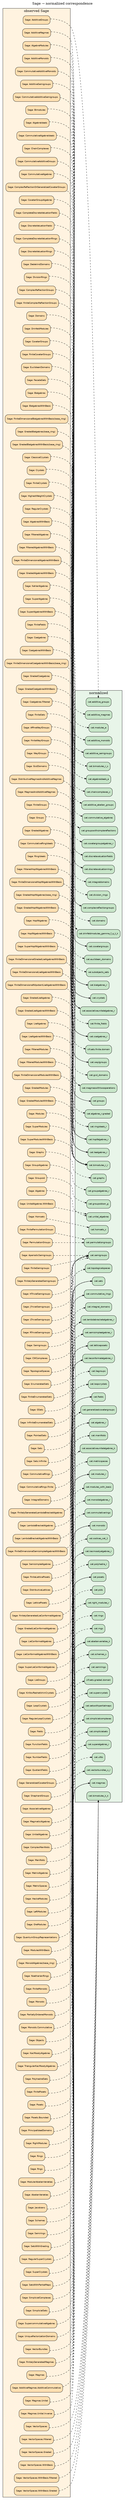
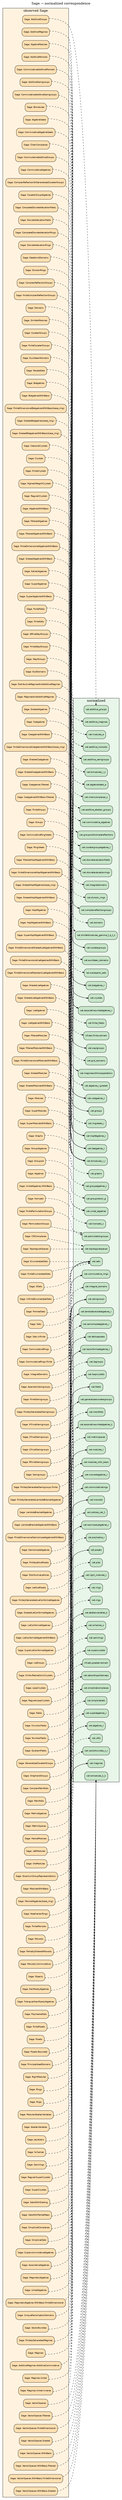
// GENERATED from observed + mapping + normalized ids
digraph SageToNormalized {
  graph [rankdir=LR, labelloc=t, label="Sage → normalized correspondence"];
  node [shape=box, style="rounded,filled", fontname="Helvetica", fontsize=9];
  edge [arrowsize=0.65];

  subgraph cluster_sage {
    label="observed Sage";
    style=filled; fillcolor="#fff3e0";
    "sage.category.additive_groups_additivegroups" [label="Sage: AdditiveGroups", kind="sage_category", fillcolor="#ffe0b2"];
    "sage.category.additive_magmas_additivemagmas" [label="Sage: AdditiveMagmas", kind="sage_category", fillcolor="#ffe0b2"];
    "sage.category.additive_monoids_additivemonoids" [label="Sage: AdditiveMonoids", kind="sage_category", fillcolor="#ffe0b2"];
    "sage.category.additive_semigroups_additivesemigroups" [label="Sage: AdditiveSemigroups", kind="sage_category", fillcolor="#ffe0b2"];
    "sage.category.affine_weyl_groups_affineweylgroups" [label="Sage: AffineWeylGroups", kind="sage_category", fillcolor="#ffe0b2"];
    "sage.category.algebra_ideals_algebraideals" [label="Sage: AlgebraIdeals", kind="sage_category", fillcolor="#ffe0b2"];
    "sage.category.algebra_modules_algebramodules" [label="Sage: AlgebraModules", kind="sage_category", fillcolor="#ffe0b2"];
    "sage.category.algebras_algebras" [label="Sage: Algebras", kind="sage_category", fillcolor="#ffe0b2"];
    "sage.category.algebras_with_basis_algebraswithbasis" [label="Sage: AlgebrasWithBasis", kind="sage_category", fillcolor="#ffe0b2"];
    "sage.category.aperiodic_semigroups_aperiodicsemigroups" [label="Sage: AperiodicSemigroups", kind="sage_category", fillcolor="#ffe0b2"];
    "sage.category.associative_algebras_associativealgebras" [label="Sage: AssociativeAlgebras", kind="sage_category", fillcolor="#ffe0b2"];
    "sage.category.bialgebras_bialgebras" [label="Sage: Bialgebras", kind="sage_category", fillcolor="#ffe0b2"];
    "sage.category.bialgebras_with_basis_bialgebraswithbasis" [label="Sage: BialgebrasWithBasis", kind="sage_category", fillcolor="#ffe0b2"];
    "sage.category.bimodules_bimodules" [label="Sage: Bimodules", kind="sage_category", fillcolor="#ffe0b2"];
    "sage.category.chain_complexes_chaincomplexes" [label="Sage: ChainComplexes", kind="sage_category", fillcolor="#ffe0b2"];
    "sage.category.classical_crystals_classicalcrystals" [label="Sage: ClassicalCrystals", kind="sage_category", fillcolor="#ffe0b2"];
    "sage.category.coalgebras_coalgebras" [label="Sage: Coalgebras", kind="sage_category", fillcolor="#ffe0b2"];
    "sage.category.coalgebras_with_basis_coalgebraswithbasis" [label="Sage: CoalgebrasWithBasis", kind="sage_category", fillcolor="#ffe0b2"];
    "sage.category.commutative_additive_groups_commutativeadditivegroups" [label="Sage: CommutativeAdditiveGroups", kind="sage_category", fillcolor="#ffe0b2"];
    "sage.category.commutative_additive_monoids_commutativeadditivemonoids" [label="Sage: CommutativeAdditiveMonoids", kind="sage_category", fillcolor="#ffe0b2"];
    "sage.category.commutative_additive_semigroups_commutativeadditivesemigroups" [label="Sage: CommutativeAdditiveSemigroups", kind="sage_category", fillcolor="#ffe0b2"];
    "sage.category.commutative_algebra_ideals_commutativealgebraideals" [label="Sage: CommutativeAlgebraIdeals", kind="sage_category", fillcolor="#ffe0b2"];
    "sage.category.commutative_algebras_commutativealgebras" [label="Sage: CommutativeAlgebras", kind="sage_category", fillcolor="#ffe0b2"];
    "sage.category.commutative_ring_ideals_commutativeringideals" [label="Sage: CommutativeRingIdeals", kind="sage_category", fillcolor="#ffe0b2"];
    "sage.category.commutative_rings_commutativerings" [label="Sage: CommutativeRings", kind="sage_category", fillcolor="#ffe0b2"];
    "sage.category.complete_discrete_valuation_completediscretevaluationfields" [label="Sage: CompleteDiscreteValuationFields", kind="sage_category", fillcolor="#ffe0b2"];
    "sage.category.complete_discrete_valuation_completediscretevaluationrings" [label="Sage: CompleteDiscreteValuationRings", kind="sage_category", fillcolor="#ffe0b2"];
    "sage.category.complex_reflection_groups_complexreflectiongroups" [label="Sage: ComplexReflectionGroups", kind="sage_category", fillcolor="#ffe0b2"];
    "sage.category.complex_reflection_or_generalized_coxeter_groups_complexreflectionorgeneralizedcoxetergroups" [label="Sage: ComplexReflectionOrGeneralizedCoxeterGroups", kind="sage_category", fillcolor="#ffe0b2"];
    "sage.category.coxeter_group_algebras_coxetergroupalgebras" [label="Sage: CoxeterGroupAlgebras", kind="sage_category", fillcolor="#ffe0b2"];
    "sage.category.coxeter_groups_coxetergroups" [label="Sage: CoxeterGroups", kind="sage_category", fillcolor="#ffe0b2"];
    "sage.category.crystals_crystals" [label="Sage: Crystals", kind="sage_category", fillcolor="#ffe0b2"];
    "sage.category.cw_complexes_cwcomplexes" [label="Sage: CWComplexes", kind="sage_category", fillcolor="#ffe0b2"];
    "sage.category.dedekind_domains_dedekinddomains" [label="Sage: DedekindDomains", kind="sage_category", fillcolor="#ffe0b2"];
    "sage.category.discrete_valuation_discretevaluationfields" [label="Sage: DiscreteValuationFields", kind="sage_category", fillcolor="#ffe0b2"];
    "sage.category.discrete_valuation_discretevaluationrings" [label="Sage: DiscreteValuationRings", kind="sage_category", fillcolor="#ffe0b2"];
    "sage.category.distributive_magmas_and_additive_magmas_distributivemagmasandadditivemagmas" [label="Sage: DistributiveMagmasAndAdditiveMagmas", kind="sage_category", fillcolor="#ffe0b2"];
    "sage.category.division_rings_divisionrings" [label="Sage: DivisionRings", kind="sage_category", fillcolor="#ffe0b2"];
    "sage.category.domains_domains" [label="Sage: Domains", kind="sage_category", fillcolor="#ffe0b2"];
    "sage.category.drinfeld_modules_drinfeldmodules" [label="Sage: DrinfeldModules", kind="sage_category", fillcolor="#ffe0b2"];
    "sage.category.enumerated_sets_enumeratedsets" [label="Sage: EnumeratedSets", kind="sage_category", fillcolor="#ffe0b2"];
    "sage.category.euclidean_domains_euclideandomains" [label="Sage: EuclideanDomains", kind="sage_category", fillcolor="#ffe0b2"];
    "sage.category.facade_sets_facadesets" [label="Sage: FacadeSets", kind="sage_category", fillcolor="#ffe0b2"];
    "sage.category.fields_fields" [label="Sage: Fields", kind="sage_category", fillcolor="#ffe0b2"];
    "sage.category.filtered_algebras_filteredalgebras" [label="Sage: FilteredAlgebras", kind="sage_category", fillcolor="#ffe0b2"];
    "sage.category.filtered_algebras_with_basis_filteredalgebraswithbasis" [label="Sage: FilteredAlgebrasWithBasis", kind="sage_category", fillcolor="#ffe0b2"];
    "sage.category.filtered_hopf_algebras_with_basis_filteredhopfalgebraswithbasis" [label="Sage: FilteredHopfAlgebrasWithBasis", kind="sage_category", fillcolor="#ffe0b2"];
    "sage.category.filtered_modules_filteredmodules" [label="Sage: FilteredModules", kind="sage_category", fillcolor="#ffe0b2"];
    "sage.category.filtered_modules_with_basis_filteredmoduleswithbasis" [label="Sage: FilteredModulesWithBasis", kind="sage_category", fillcolor="#ffe0b2"];
    "sage.category.finite_complex_reflection_groups_finitecomplexreflectiongroups" [label="Sage: FiniteComplexReflectionGroups", kind="sage_category", fillcolor="#ffe0b2"];
    "sage.category.finite_coxeter_groups_finitecoxetergroups" [label="Sage: FiniteCoxeterGroups", kind="sage_category", fillcolor="#ffe0b2"];
    "sage.category.finite_crystals_finitecrystals" [label="Sage: FiniteCrystals", kind="sage_category", fillcolor="#ffe0b2"];
    "sage.category.finite_dimensional_algebras_with_basis_finitedimensionalalgebraswithbasis" [label="Sage: FiniteDimensionalAlgebrasWithBasis", kind="sage_category", fillcolor="#ffe0b2"];
    "sage.category.finite_dimensional_bialgebras_with_basis_finitedimensionalbialgebraswithbasis" [label="Sage: FiniteDimensionalBialgebrasWithBasis(base_ring)", kind="sage_category", fillcolor="#ffe0b2"];
    "sage.category.finite_dimensional_coalgebras_with_basis_finitedimensionalcoalgebraswithbasis" [label="Sage: FiniteDimensionalCoalgebrasWithBasis(base_ring)", kind="sage_category", fillcolor="#ffe0b2"];
    "sage.category.finite_dimensional_graded_lie_algebras_with_basis_finitedimensionalgradedliealgebraswithbasis" [label="Sage: FiniteDimensionalGradedLieAlgebrasWithBasis", kind="sage_category", fillcolor="#ffe0b2"];
    "sage.category.finite_dimensional_hopf_algebras_with_basis_finitedimensionalhopfalgebraswithbasis" [label="Sage: FiniteDimensionalHopfAlgebrasWithBasis", kind="sage_category", fillcolor="#ffe0b2"];
    "sage.category.finite_dimensional_lie_algebras_with_basis_finitedimensionalliealgebraswithbasis" [label="Sage: FiniteDimensionalLieAlgebrasWithBasis", kind="sage_category", fillcolor="#ffe0b2"];
    "sage.category.finite_dimensional_modules_with_basis_finitedimensionalmoduleswithbasis" [label="Sage: FiniteDimensionalModulesWithBasis", kind="sage_category", fillcolor="#ffe0b2"];
    "sage.category.finite_dimensional_nilpotent_lie_algebras_with_basis_finitedimensionalnilpotentliealgebraswithbasis" [label="Sage: FiniteDimensionalNilpotentLieAlgebrasWithBasis", kind="sage_category", fillcolor="#ffe0b2"];
    "sage.category.finite_dimensional_semisimple_algebras_with_basis_finitedimensionalsemisimplealgebraswithbasis" [label="Sage: FiniteDimensionalSemisimpleAlgebrasWithBasis", kind="sage_category", fillcolor="#ffe0b2"];
    "sage.category.finite_enumerated_sets_finiteenumeratedsets" [label="Sage: FiniteEnumeratedSets", kind="sage_category", fillcolor="#ffe0b2"];
    "sage.category.finite_fields_finitefields" [label="Sage: FiniteFields", kind="sage_category", fillcolor="#ffe0b2"];
    "sage.category.finite_groups_finitegroups" [label="Sage: FiniteGroups", kind="sage_category", fillcolor="#ffe0b2"];
    "sage.category.finite_lattice_posets_finitelatticeposets" [label="Sage: FiniteLatticePosets", kind="sage_category", fillcolor="#ffe0b2"];
    "sage.category.finite_monoids_finitemonoids" [label="Sage: FiniteMonoids", kind="sage_category", fillcolor="#ffe0b2"];
    "sage.category.finite_permutation_groups_finitepermutationgroups" [label="Sage: FinitePermutationGroups", kind="sage_category", fillcolor="#ffe0b2"];
    "sage.category.finite_posets_finiteposets" [label="Sage: FinitePosets", kind="sage_category", fillcolor="#ffe0b2"];
    "sage.category.finite_semigroups_finitesemigroups" [label="Sage: FiniteSemigroups", kind="sage_category", fillcolor="#ffe0b2"];
    "sage.category.finite_sets_finitesets" [label="Sage: FiniteSets", kind="sage_category", fillcolor="#ffe0b2"];
    "sage.category.finite_weyl_groups_finiteweylgroups" [label="Sage: FiniteWeylGroups", kind="sage_category", fillcolor="#ffe0b2"];
    "sage.category.finitely_generated_lambda_bracket_algebras_finitelygeneratedlambdabracketalgebras" [label="Sage: FinitelyGeneratedLambdaBracketAlgebras", kind="sage_category", fillcolor="#ffe0b2"];
    "sage.category.finitely_generated_lie_conformal_algebras_finitelygeneratedlieconformalalgebras" [label="Sage: FinitelyGeneratedLieConformalAlgebras", kind="sage_category", fillcolor="#ffe0b2"];
    "sage.category.finitely_generated_magmas_finitelygeneratedmagmas" [label="Sage: FinitelyGeneratedMagmas", kind="sage_category", fillcolor="#ffe0b2"];
    "sage.category.finitely_generated_semigroups_finitelygeneratedsemigroups" [label="Sage: FinitelyGeneratedSemigroups", kind="sage_category", fillcolor="#ffe0b2"];
    "sage.category.function_fields_functionfields" [label="Sage: FunctionFields", kind="sage_category", fillcolor="#ffe0b2"];
    "sage.category.g_sets_gsets" [label="Sage: GSets", kind="sage_category", fillcolor="#ffe0b2"];
    "sage.category.gcd_domains_gcddomains" [label="Sage: GcdDomains", kind="sage_category", fillcolor="#ffe0b2"];
    "sage.category.generalized_coxeter_groups_generalizedcoxetergroups" [label="Sage: GeneralizedCoxeterGroups", kind="sage_category", fillcolor="#ffe0b2"];
    "sage.category.graded_algebras_gradedalgebras" [label="Sage: GradedAlgebras", kind="sage_category", fillcolor="#ffe0b2"];
    "sage.category.graded_algebras_with_basis_gradedalgebraswithbasis" [label="Sage: GradedAlgebrasWithBasis", kind="sage_category", fillcolor="#ffe0b2"];
    "sage.category.graded_bialgebras_gradedbialgebras" [label="Sage: GradedBialgebras(base_ring)", kind="sage_category", fillcolor="#ffe0b2"];
    "sage.category.graded_bialgebras_with_basis_gradedbialgebraswithbasis" [label="Sage: GradedBialgebrasWithBasis(base_ring)", kind="sage_category", fillcolor="#ffe0b2"];
    "sage.category.graded_coalgebras_gradedcoalgebras" [label="Sage: GradedCoalgebras", kind="sage_category", fillcolor="#ffe0b2"];
    "sage.category.graded_coalgebras_with_basis_gradedcoalgebraswithbasis" [label="Sage: GradedCoalgebrasWithBasis", kind="sage_category", fillcolor="#ffe0b2"];
    "sage.category.graded_hopf_algebras_gradedhopfalgebras" [label="Sage: GradedHopfAlgebras(base_ring)", kind="sage_category", fillcolor="#ffe0b2"];
    "sage.category.graded_hopf_algebras_with_basis_gradedhopfalgebraswithbasis" [label="Sage: GradedHopfAlgebrasWithBasis", kind="sage_category", fillcolor="#ffe0b2"];
    "sage.category.graded_lie_algebras_gradedliealgebras" [label="Sage: GradedLieAlgebras", kind="sage_category", fillcolor="#ffe0b2"];
    "sage.category.graded_lie_algebras_with_basis_gradedliealgebraswithbasis" [label="Sage: GradedLieAlgebrasWithBasis", kind="sage_category", fillcolor="#ffe0b2"];
    "sage.category.graded_lie_conformal_algebras_gradedlieconformalalgebras" [label="Sage: GradedLieConformalAlgebras", kind="sage_category", fillcolor="#ffe0b2"];
    "sage.category.graded_modules_gradedmodules" [label="Sage: GradedModules", kind="sage_category", fillcolor="#ffe0b2"];
    "sage.category.graded_modules_with_basis_gradedmoduleswithbasis" [label="Sage: GradedModulesWithBasis", kind="sage_category", fillcolor="#ffe0b2"];
    "sage.category.graphs_graphs" [label="Sage: Graphs", kind="sage_category", fillcolor="#ffe0b2"];
    "sage.category.group_algebras_groupalgebras" [label="Sage: GroupAlgebras", kind="sage_category", fillcolor="#ffe0b2"];
    "sage.category.groupoid_groupoid" [label="Sage: Groupoid", kind="sage_category", fillcolor="#ffe0b2"];
    "sage.category.groups_groups" [label="Sage: Groups", kind="sage_category", fillcolor="#ffe0b2"];
    "sage.category.h_trivial_semigroups_htrivialsemigroups" [label="Sage: HTrivialSemigroups", kind="sage_category", fillcolor="#ffe0b2"];
    "sage.category.hecke_modules_heckemodules" [label="Sage: HeckeModules", kind="sage_category", fillcolor="#ffe0b2"];
    "sage.category.highest_weight_crystals_highestweightcrystals" [label="Sage: HighestWeightCrystals", kind="sage_category", fillcolor="#ffe0b2"];
    "sage.category.homsets_homsets" [label="Sage: Homsets", kind="sage_category", fillcolor="#ffe0b2"];
    "sage.category.hopf_algebras_hopfalgebras" [label="Sage: HopfAlgebras", kind="sage_category", fillcolor="#ffe0b2"];
    "sage.category.hopf_algebras_with_basis_hopfalgebraswithbasis" [label="Sage: HopfAlgebrasWithBasis", kind="sage_category", fillcolor="#ffe0b2"];
    "sage.category.infinite_enumerated_sets_infiniteenumeratedsets" [label="Sage: InfiniteEnumeratedSets", kind="sage_category", fillcolor="#ffe0b2"];
    "sage.category.integral_domains_integraldomains" [label="Sage: IntegralDomains", kind="sage_category", fillcolor="#ffe0b2"];
    "sage.category.j_trivial_semigroups_jtrivialsemigroups" [label="Sage: JTrivialSemigroups", kind="sage_category", fillcolor="#ffe0b2"];
    "sage.category.kac_moody_algebras_kacmoodyalgebras" [label="Sage: KacMoodyAlgebras", kind="sage_category", fillcolor="#ffe0b2"];
    "sage.category.kahler_algebras_kahleralgebras" [label="Sage: KahlerAlgebras", kind="sage_category", fillcolor="#ffe0b2"];
    "sage.category.l_trivial_semigroups_ltrivialsemigroups" [label="Sage: LTrivialSemigroups", kind="sage_category", fillcolor="#ffe0b2"];
    "sage.category.lambda_bracket_algebras_lambdabracketalgebras" [label="Sage: LambdaBracketAlgebras", kind="sage_category", fillcolor="#ffe0b2"];
    "sage.category.lambda_bracket_algebras_with_basis_lambdabracketalgebraswithbasis" [label="Sage: LambdaBracketAlgebrasWithBasis", kind="sage_category", fillcolor="#ffe0b2"];
    "sage.category.lattice_posets_distributivelattices" [label="Sage: DistributiveLattices", kind="sage_category", fillcolor="#ffe0b2"];
    "sage.category.lattice_posets_latticeposets" [label="Sage: LatticePosets", kind="sage_category", fillcolor="#ffe0b2"];
    "sage.category.left_modules_leftmodules" [label="Sage: LeftModules", kind="sage_category", fillcolor="#ffe0b2"];
    "sage.category.lie_algebras_liealgebras" [label="Sage: LieAlgebras", kind="sage_category", fillcolor="#ffe0b2"];
    "sage.category.lie_algebras_with_basis_liealgebraswithbasis" [label="Sage: LieAlgebrasWithBasis", kind="sage_category", fillcolor="#ffe0b2"];
    "sage.category.lie_conformal_algebras_lieconformalalgebras" [label="Sage: LieConformalAlgebras", kind="sage_category", fillcolor="#ffe0b2"];
    "sage.category.lie_conformal_algebras_with_basis_lieconformalalgebraswithbasis" [label="Sage: LieConformalAlgebrasWithBasis", kind="sage_category", fillcolor="#ffe0b2"];
    "sage.category.lie_groups_liegroups" [label="Sage: LieGroups", kind="sage_category", fillcolor="#ffe0b2"];
    "sage.category.loop_crystals_kirillovreshetikhincrystals" [label="Sage: KirillovReshetikhinCrystals", kind="sage_category", fillcolor="#ffe0b2"];
    "sage.category.loop_crystals_loopcrystals" [label="Sage: LoopCrystals", kind="sage_category", fillcolor="#ffe0b2"];
    "sage.category.loop_crystals_regularloopcrystals" [label="Sage: RegularLoopCrystals", kind="sage_category", fillcolor="#ffe0b2"];
    "sage.category.magmas_and_additive_magmas_magmasandadditivemagmas" [label="Sage: MagmasAndAdditiveMagmas", kind="sage_category", fillcolor="#ffe0b2"];
    "sage.category.magmas_magmas" [label="Sage: Magmas", kind="sage_category", fillcolor="#ffe0b2"];
    "sage.category.magmatic_algebras_magmaticalgebras" [label="Sage: MagmaticAlgebras", kind="sage_category", fillcolor="#ffe0b2"];
    "sage.category.manifolds_complexmanifolds" [label="Sage: ComplexManifolds", kind="sage_category", fillcolor="#ffe0b2"];
    "sage.category.manifolds_manifolds" [label="Sage: Manifolds", kind="sage_category", fillcolor="#ffe0b2"];
    "sage.category.matrix_algebras_matrixalgebras" [label="Sage: MatrixAlgebras", kind="sage_category", fillcolor="#ffe0b2"];
    "sage.category.metric_spaces_metricspaces" [label="Sage: MetricSpaces", kind="sage_category", fillcolor="#ffe0b2"];
    "sage.category.modular_abelian_varieties_modularabelianvarieties" [label="Sage: ModularAbelianVarieties", kind="sage_category", fillcolor="#ffe0b2"];
    "sage.category.modules_modules" [label="Sage: Modules", kind="sage_category", fillcolor="#ffe0b2"];
    "sage.category.modules_with_basis_moduleswithbasis" [label="Sage: ModulesWithBasis", kind="sage_category", fillcolor="#ffe0b2"];
    "sage.category.monoid_algebras_monoidalgebras" [label="Sage: MonoidAlgebras(base_ring)", kind="sage_category", fillcolor="#ffe0b2"];
    "sage.category.monoids_monoids" [label="Sage: Monoids", kind="sage_category", fillcolor="#ffe0b2"];
    "sage.category.noetherian_rings_noetherianrings" [label="Sage: NoetherianRings", kind="sage_category", fillcolor="#ffe0b2"];
    "sage.category.number_fields_numberfields" [label="Sage: NumberFields", kind="sage_category", fillcolor="#ffe0b2"];
    "sage.category.objects_objects" [label="Sage: Objects", kind="sage_category", fillcolor="#ffe0b2"];
    "sage.category.ore_modules_oremodules" [label="Sage: OreModules", kind="sage_category", fillcolor="#ffe0b2"];
    "sage.category.partially_ordered_monoids_partiallyorderedmonoids" [label="Sage: PartiallyOrderedMonoids", kind="sage_category", fillcolor="#ffe0b2"];
    "sage.category.permutation_groups_permutationgroups" [label="Sage: PermutationGroups", kind="sage_category", fillcolor="#ffe0b2"];
    "sage.category.pointed_sets_pointedsets" [label="Sage: PointedSets", kind="sage_category", fillcolor="#ffe0b2"];
    "sage.category.polyhedra_polyhedralsets" [label="Sage: PolyhedralSets", kind="sage_category", fillcolor="#ffe0b2"];
    "sage.category.posets_posets" [label="Sage: Posets", kind="sage_category", fillcolor="#ffe0b2"];
    "sage.category.principal_ideal_domains_principalidealdomains" [label="Sage: PrincipalIdealDomains", kind="sage_category", fillcolor="#ffe0b2"];
    "sage.category.quantum_group_representations_quantumgrouprepresentations" [label="Sage: QuantumGroupRepresentations", kind="sage_category", fillcolor="#ffe0b2"];
    "sage.category.quotient_fields_quotientfields" [label="Sage: QuotientFields", kind="sage_category", fillcolor="#ffe0b2"];
    "sage.category.r_trivial_semigroups_rtrivialsemigroups" [label="Sage: RTrivialSemigroups", kind="sage_category", fillcolor="#ffe0b2"];
    "sage.category.regular_crystals_regularcrystals" [label="Sage: RegularCrystals", kind="sage_category", fillcolor="#ffe0b2"];
    "sage.category.regular_supercrystals_regularsupercrystals" [label="Sage: RegularSuperCrystals", kind="sage_category", fillcolor="#ffe0b2"];
    "sage.category.right_modules_rightmodules" [label="Sage: RightModules", kind="sage_category", fillcolor="#ffe0b2"];
    "sage.category.ring_ideals_ringideals" [label="Sage: RingIdeals", kind="sage_category", fillcolor="#ffe0b2"];
    "sage.category.rings_rings" [label="Sage: Rings", kind="sage_category", fillcolor="#ffe0b2"];
    "sage.category.rngs_rngs" [label="Sage: Rngs", kind="sage_category", fillcolor="#ffe0b2"];
    "sage.category.schemes_abelianvarieties" [label="Sage: AbelianVarieties", kind="sage_category", fillcolor="#ffe0b2"];
    "sage.category.schemes_jacobians" [label="Sage: Jacobians", kind="sage_category", fillcolor="#ffe0b2"];
    "sage.category.schemes_schemes" [label="Sage: Schemes", kind="sage_category", fillcolor="#ffe0b2"];
    "sage.category.semigroups_semigroups" [label="Sage: Semigroups", kind="sage_category", fillcolor="#ffe0b2"];
    "sage.category.semirings_semirings" [label="Sage: Semirings", kind="sage_category", fillcolor="#ffe0b2"];
    "sage.category.semisimple_algebras_semisimplealgebras" [label="Sage: SemisimpleAlgebras", kind="sage_category", fillcolor="#ffe0b2"];
    "sage.category.sets_cat_sets" [label="Sage: Sets", kind="sage_category", fillcolor="#ffe0b2"];
    "sage.category.sets_with_grading_setswithgrading" [label="Sage: SetsWithGrading", kind="sage_category", fillcolor="#ffe0b2"];
    "sage.category.sets_with_partial_maps_setswithpartialmaps" [label="Sage: SetsWithPartialMaps", kind="sage_category", fillcolor="#ffe0b2"];
    "sage.category.shephard_groups_shephardgroups" [label="Sage: ShephardGroups", kind="sage_category", fillcolor="#ffe0b2"];
    "sage.category.simplicial_complexes_simplicialcomplexes" [label="Sage: SimplicialComplexes", kind="sage_category", fillcolor="#ffe0b2"];
    "sage.category.simplicial_sets_simplicialsets" [label="Sage: SimplicialSets", kind="sage_category", fillcolor="#ffe0b2"];
    "sage.category.super_algebras_superalgebras" [label="Sage: SuperAlgebras", kind="sage_category", fillcolor="#ffe0b2"];
    "sage.category.super_algebras_with_basis_superalgebraswithbasis" [label="Sage: SuperAlgebrasWithBasis", kind="sage_category", fillcolor="#ffe0b2"];
    "sage.category.super_hopf_algebras_with_basis_superhopfalgebraswithbasis" [label="Sage: SuperHopfAlgebrasWithBasis", kind="sage_category", fillcolor="#ffe0b2"];
    "sage.category.super_lie_conformal_algebras_superlieconformalalgebras" [label="Sage: SuperLieConformalAlgebras", kind="sage_category", fillcolor="#ffe0b2"];
    "sage.category.super_modules_supermodules" [label="Sage: SuperModules", kind="sage_category", fillcolor="#ffe0b2"];
    "sage.category.super_modules_with_basis_supermoduleswithbasis" [label="Sage: SuperModulesWithBasis", kind="sage_category", fillcolor="#ffe0b2"];
    "sage.category.supercommutative_algebras_supercommutativealgebras" [label="Sage: SupercommutativeAlgebras", kind="sage_category", fillcolor="#ffe0b2"];
    "sage.category.supercrystals_supercrystals" [label="Sage: SuperCrystals", kind="sage_category", fillcolor="#ffe0b2"];
    "sage.category.topological_spaces_topologicalspaces" [label="Sage: TopologicalSpaces", kind="sage_category", fillcolor="#ffe0b2"];
    "sage.category.triangular_kac_moody_algebras_triangularkacmoodyalgebras" [label="Sage: TriangularKacMoodyAlgebras", kind="sage_category", fillcolor="#ffe0b2"];
    "sage.category.unique_factorization_domains_uniquefactorizationdomains" [label="Sage: UniqueFactorizationDomains", kind="sage_category", fillcolor="#ffe0b2"];
    "sage.category.unital_algebras_unitalalgebras" [label="Sage: UnitalAlgebras", kind="sage_category", fillcolor="#ffe0b2"];
    "sage.category.vector_bundles_vectorbundles" [label="Sage: VectorBundles", kind="sage_category", fillcolor="#ffe0b2"];
    "sage.category.vector_spaces_vectorspaces" [label="Sage: VectorSpaces", kind="sage_category", fillcolor="#ffe0b2"];
    "sage.category.weyl_groups_weylgroups" [label="Sage: WeylGroups", kind="sage_category", fillcolor="#ffe0b2"];
    "sage.category.with_axiom.additivemagmas.additivecommutative" [label="Sage: AdditiveMagmas.AdditiveCommutative", kind="sage_category", fillcolor="#ffe0b2"];
    "sage.category.with_axiom.coalgebras.filtered" [label="Sage: Coalgebras.Filtered", kind="sage_category", fillcolor="#ffe0b2"];
+     "sage.category.with_axiom.coalgebraswithbasis.filtered" [label="Sage: CoalgebrasWithBasis.Filtered", kind="sage_category", fillcolor="#ffe0b2"];
    "sage.category.with_axiom.commutativerings.finite" [label="Sage: CommutativeRings.Finite", kind="sage_category", fillcolor="#ffe0b2"];
+     "sage.category.with_axiom.finitelygeneratedsemigroups.finite" [label="Sage: FinitelyGeneratedSemigroups.Finite", kind="sage_category", fillcolor="#ffe0b2"];
    "sage.category.with_axiom.magmas.unital" [label="Sage: Magmas.Unital", kind="sage_category", fillcolor="#ffe0b2"];
    "sage.category.with_axiom.magmas.unital.inverse" [label="Sage: Magmas.Unital.Inverse", kind="sage_category", fillcolor="#ffe0b2"];
+     "sage.category.with_axiom.magmaticalgebras.withbasis.finitedimensional" [label="Sage: MagmaticAlgebras.WithBasis.FiniteDimensional", kind="sage_category", fillcolor="#ffe0b2"];
    "sage.category.with_axiom.monoids.commutative" [label="Sage: Monoids.Commutative", kind="sage_category", fillcolor="#ffe0b2"];
    "sage.category.with_axiom.posets.bounded" [label="Sage: Posets.Bounded", kind="sage_category", fillcolor="#ffe0b2"];
    "sage.category.with_axiom.sets.infinite" [label="Sage: Sets.Infinite", kind="sage_category", fillcolor="#ffe0b2"];
    "sage.category.with_axiom.unitalalgebras.withbasis" [label="Sage: UnitalAlgebras.WithBasis", kind="sage_category", fillcolor="#ffe0b2"];
    "sage.category.with_axiom.vectorspaces.filtered" [label="Sage: VectorSpaces.Filtered", kind="sage_category", fillcolor="#ffe0b2"];
+     "sage.category.with_axiom.vectorspaces.finitedimensional" [label="Sage: VectorSpaces.FiniteDimensional", kind="sage_category", fillcolor="#ffe0b2"];
    "sage.category.with_axiom.vectorspaces.graded" [label="Sage: VectorSpaces.Graded", kind="sage_category", fillcolor="#ffe0b2"];
    "sage.category.with_axiom.vectorspaces.withbasis" [label="Sage: VectorSpaces.WithBasis", kind="sage_category", fillcolor="#ffe0b2"];
    "sage.category.with_axiom.vectorspaces.withbasis.filtered" [label="Sage: VectorSpaces.WithBasis.Filtered", kind="sage_category", fillcolor="#ffe0b2"];
+     "sage.category.with_axiom.vectorspaces.withbasis.finitedimensional" [label="Sage: VectorSpaces.WithBasis.FiniteDimensional", kind="sage_category", fillcolor="#ffe0b2"];
    "sage.category.with_axiom.vectorspaces.withbasis.graded" [label="Sage: VectorSpaces.WithBasis.Graded", kind="sage_category", fillcolor="#ffe0b2"];
  }

  subgraph cluster_norm {
    label="normalized";
    style=filled; fillcolor="#e8f5e9";
    "cat.abelianvarieties_k" [label="cat.abelianvarieties_k", kind="normalized", fillcolor="#c8e6c9"];
    "cat.additive_abelian_groups" [label="cat.additive_abelian_groups", kind="normalized", fillcolor="#c8e6c9"];
    "cat.additive_groups" [label="cat.additive_groups", kind="normalized", fillcolor="#c8e6c9"];
    "cat.additive_magmas" [label="cat.additive_magmas", kind="normalized", fillcolor="#c8e6c9"];
    "cat.additive_monoids" [label="cat.additive_monoids", kind="normalized", fillcolor="#c8e6c9"];
    "cat.additive_semigroups" [label="cat.additive_semigroups", kind="normalized", fillcolor="#c8e6c9"];
    "cat.algebraideals_a" [label="cat.algebraideals_a", kind="normalized", fillcolor="#c8e6c9"];
    "cat.algebras_r" [label="cat.algebras_r", kind="normalized", fillcolor="#c8e6c9"];
    "cat.algebras_r.graded" [label="cat.algebras_r.graded", kind="normalized", fillcolor="#c8e6c9"];
    "cat.associativeunitalalgebras_k" [label="cat.associativeunitalalgebras_k", kind="normalized", fillcolor="#c8e6c9"];
    "cat.associativeunitalalgebras_r" [label="cat.associativeunitalalgebras_r", kind="normalized", fillcolor="#c8e6c9"];
    "cat.bialgebras_r" [label="cat.bialgebras_r", kind="normalized", fillcolor="#c8e6c9"];
    "cat.bimodules_k_k" [label="cat.bimodules_k_k", kind="normalized", fillcolor="#c8e6c9"];
    "cat.bimodules_r_r" [label="cat.bimodules_r_r", kind="normalized", fillcolor="#c8e6c9"];
    "cat.bimodules_r_s" [label="cat.bimodules_r_s", kind="normalized", fillcolor="#c8e6c9"];
    "cat.chaincomplexes_c" [label="cat.chaincomplexes_c", kind="normalized", fillcolor="#c8e6c9"];
    "cat.coalgebras_r" [label="cat.coalgebras_r", kind="normalized", fillcolor="#c8e6c9"];
    "cat.commutative_algebras" [label="cat.commutative_algebras", kind="normalized", fillcolor="#c8e6c9"];
    "cat.commutative_rings" [label="cat.commutative_rings", kind="normalized", fillcolor="#c8e6c9"];
    "cat.commutativerings" [label="cat.commutativerings", kind="normalized", fillcolor="#c8e6c9"];
    "cat.complexreflectiongroups" [label="cat.complexreflectiongroups", kind="normalized", fillcolor="#c8e6c9"];
    "cat.coxetergroupalgebras_r" [label="cat.coxetergroupalgebras_r", kind="normalized", fillcolor="#c8e6c9"];
    "cat.coxetergroups" [label="cat.coxetergroups", kind="normalized", fillcolor="#c8e6c9"];
    "cat.crystals" [label="cat.crystals", kind="normalized", fillcolor="#c8e6c9"];
    "cat.discretevaluationfields" [label="cat.discretevaluationfields", kind="normalized", fillcolor="#c8e6c9"];
    "cat.discretevaluationrings" [label="cat.discretevaluationrings", kind="normalized", fillcolor="#c8e6c9"];
    "cat.division_rings" [label="cat.division_rings", kind="normalized", fillcolor="#c8e6c9"];
    "cat.domains" [label="cat.domains", kind="normalized", fillcolor="#c8e6c9"];
    "cat.drinfeldmodules_gamma_f_q_t_k" [label="cat.drinfeldmodules_gamma_f_q_t_k", kind="normalized", fillcolor="#c8e6c9"];
    "cat.euclidean_domains" [label="cat.euclidean_domains", kind="normalized", fillcolor="#c8e6c9"];
    "cat.fields" [label="cat.fields", kind="normalized", fillcolor="#c8e6c9"];
    "cat.finite_fields" [label="cat.finite_fields", kind="normalized", fillcolor="#c8e6c9"];
    "cat.gcd_domains" [label="cat.gcd_domains", kind="normalized", fillcolor="#c8e6c9"];
    "cat.generalizedcoxetergroups" [label="cat.generalizedcoxetergroups", kind="normalized", fillcolor="#c8e6c9"];
    "cat.graphs" [label="cat.graphs", kind="normalized", fillcolor="#c8e6c9"];
    "cat.groupalgebras_r" [label="cat.groupalgebras_r", kind="normalized", fillcolor="#c8e6c9"];
    "cat.groupoidson_g" [label="cat.groupoidson_g", kind="normalized", fillcolor="#c8e6c9"];
    "cat.groups" [label="cat.groups", kind="normalized", fillcolor="#c8e6c9"];
    "cat.groupswithsimplereflections" [label="cat.groupswithsimplereflections", kind="normalized", fillcolor="#c8e6c9"];
    "cat.homsets_c" [label="cat.homsets_c", kind="normalized", fillcolor="#c8e6c9"];
    "cat.hopfalgebras_r" [label="cat.hopfalgebras_r", kind="normalized", fillcolor="#c8e6c9"];
    "cat.integral_domains" [label="cat.integral_domains", kind="normalized", fillcolor="#c8e6c9"];
    "cat.integraldomains" [label="cat.integraldomains", kind="normalized", fillcolor="#c8e6c9"];
    "cat.kacmoodyalgebras_r" [label="cat.kacmoodyalgebras_r", kind="normalized", fillcolor="#c8e6c9"];
    "cat.lambdabracketalgebras_r" [label="cat.lambdabracketalgebras_r", kind="normalized", fillcolor="#c8e6c9"];
    "cat.latticeposets" [label="cat.latticeposets", kind="normalized", fillcolor="#c8e6c9"];
    "cat.liealgebras_r" [label="cat.liealgebras_r", kind="normalized", fillcolor="#c8e6c9"];
    "cat.lieconformalalgebras_r" [label="cat.lieconformalalgebras_r", kind="normalized", fillcolor="#c8e6c9"];
    "cat.liegroups" [label="cat.liegroups", kind="normalized", fillcolor="#c8e6c9"];
    "cat.loopcrystals" [label="cat.loopcrystals", kind="normalized", fillcolor="#c8e6c9"];
    "cat.magmas" [label="cat.magmas", kind="normalized", fillcolor="#c8e6c9"];
    "cat.magmaswithtwooperations" [label="cat.magmaswithtwooperations", kind="normalized", fillcolor="#c8e6c9"];
    "cat.manifolds" [label="cat.manifolds", kind="normalized", fillcolor="#c8e6c9"];
    "cat.metricspaces" [label="cat.metricspaces", kind="normalized", fillcolor="#c8e6c9"];
    "cat.modules_a" [label="cat.modules_a", kind="normalized", fillcolor="#c8e6c9"];
    "cat.modules_r" [label="cat.modules_r", kind="normalized", fillcolor="#c8e6c9"];
    "cat.modules_with_basis" [label="cat.modules_with_basis", kind="normalized", fillcolor="#c8e6c9"];
    "cat.monoidalgebras_r" [label="cat.monoidalgebras_r", kind="normalized", fillcolor="#c8e6c9"];
    "cat.monoids" [label="cat.monoids", kind="normalized", fillcolor="#c8e6c9"];
    "cat.permutationgroups" [label="cat.permutationgroups", kind="normalized", fillcolor="#c8e6c9"];
    "cat.pids" [label="cat.pids", kind="normalized", fillcolor="#c8e6c9"];
    "cat.polyhedra_r" [label="cat.polyhedra_r", kind="normalized", fillcolor="#c8e6c9"];
    "cat.posets" [label="cat.posets", kind="normalized", fillcolor="#c8e6c9"];
    "cat.right_modules_r" [label="cat.right_modules_r", kind="normalized", fillcolor="#c8e6c9"];
    "cat.ringideals_r" [label="cat.ringideals_r", kind="normalized", fillcolor="#c8e6c9"];
    "cat.rings" [label="cat.rings", kind="normalized", fillcolor="#c8e6c9"];
    "cat.rngs" [label="cat.rngs", kind="normalized", fillcolor="#c8e6c9"];
    "cat.schemes_s" [label="cat.schemes_s", kind="normalized", fillcolor="#c8e6c9"];
    "cat.semigroups" [label="cat.semigroups", kind="normalized", fillcolor="#c8e6c9"];
    "cat.semirings" [label="cat.semirings", kind="normalized", fillcolor="#c8e6c9"];
    "cat.semisimplealgebras_r" [label="cat.semisimplealgebras_r", kind="normalized", fillcolor="#c8e6c9"];
    "cat.sets" [label="cat.sets", kind="normalized", fillcolor="#c8e6c9"];
    "cat.setswithpartialmaps" [label="cat.setswithpartialmaps", kind="normalized", fillcolor="#c8e6c9"];
    "cat.simplicialcomplexes" [label="cat.simplicialcomplexes", kind="normalized", fillcolor="#c8e6c9"];
    "cat.simplicialsets" [label="cat.simplicialsets", kind="normalized", fillcolor="#c8e6c9"];
    "cat.superalgebras_r" [label="cat.superalgebras_r", kind="normalized", fillcolor="#c8e6c9"];
    "cat.supercrystals" [label="cat.supercrystals", kind="normalized", fillcolor="#c8e6c9"];
    "cat.topologicalspaces" [label="cat.topologicalspaces", kind="normalized", fillcolor="#c8e6c9"];
    "cat.ufds" [label="cat.ufds", kind="normalized", fillcolor="#c8e6c9"];
    "cat.unital_algebras" [label="cat.unital_algebras", kind="normalized", fillcolor="#c8e6c9"];
    "cat.vectorbundles_x_r" [label="cat.vectorbundles_x_r", kind="normalized", fillcolor="#c8e6c9"];
    "cat.weylgroups" [label="cat.weylgroups", kind="normalized", fillcolor="#c8e6c9"];
    "clf.sets.finite.domain" [label="clf.sets.finite.domain", kind="normalized", fillcolor="#c8e6c9"];
    "clf.sets.graded.domain" [label="clf.sets.graded.domain", kind="normalized", fillcolor="#c8e6c9"];
    "val.coslices_cat_1" [label="val.coslices_cat_1", kind="normalized", fillcolor="#c8e6c9"];
    "val.subobjects_sets" [label="val.subobjects_sets", kind="normalized", fillcolor="#c8e6c9"];
  }

  "sage.category.finite_dimensional_bialgebras_with_basis_finitedimensionalbialgebraswithbasis" -> "cat.bialgebras_r" [kind="normalizes_to", mapping="constructible", style=dashed];
  "sage.category.finite_dimensional_coalgebras_with_basis_finitedimensionalcoalgebraswithbasis" -> "cat.coalgebras_r" [kind="normalizes_to", mapping="constructible", style=dashed];
  "sage.category.graded_bialgebras_gradedbialgebras" -> "cat.bialgebras_r" [kind="normalizes_to", mapping="constructible", style=dashed];
  "sage.category.graded_bialgebras_with_basis_gradedbialgebraswithbasis" -> "cat.bialgebras_r" [kind="normalizes_to", mapping="constructible", style=dashed];
  "sage.category.graded_hopf_algebras_gradedhopfalgebras" -> "cat.hopfalgebras_r" [kind="normalizes_to", mapping="constructible", style=dashed];
  "sage.category.monoid_algebras_monoidalgebras" -> "cat.monoidalgebras_r" [kind="normalizes_to", mapping="exact", style=dashed];
  "sage.category.schemes_abelianvarieties" -> "cat.abelianvarieties_k" [kind="normalizes_to", mapping="constructible", style=dashed];
  "sage.category.additive_groups_additivegroups" -> "cat.additive_groups" [kind="normalizes_to", mapping="exact", style=dashed];
  "sage.category.additive_magmas_additivemagmas" -> "cat.additive_magmas" [kind="normalizes_to", mapping="constructible", style=dashed];
  "sage.category.additive_monoids_additivemonoids" -> "cat.additive_monoids" [kind="normalizes_to", mapping="exact", style=dashed];
  "sage.category.additive_semigroups_additivesemigroups" -> "cat.additive_semigroups" [kind="normalizes_to", mapping="exact", style=dashed];
  "sage.category.affine_weyl_groups_affineweylgroups" -> "cat.weylgroups" [kind="normalizes_to", mapping="constructible", style=dashed];
  "sage.category.algebra_ideals_algebraideals" -> "cat.algebraideals_a" [kind="normalizes_to", mapping="exact", style=dashed];
  "sage.category.algebra_modules_algebramodules" -> "cat.modules_a" [kind="normalizes_to", mapping="presentation_alias", style=dashed];
  "sage.category.algebras_algebras" -> "cat.unital_algebras" [kind="normalizes_to", mapping="constructible", style=dashed];
  "sage.category.algebras_with_basis_algebraswithbasis" -> "cat.associativeunitalalgebras_r" [kind="normalizes_to", mapping="constructible", style=dashed];
  "sage.category.aperiodic_semigroups_aperiodicsemigroups" -> "cat.semigroups" [kind="normalizes_to", mapping="constructible", style=dashed];
  "sage.category.associative_algebras_associativealgebras" -> "cat.algebras_r" [kind="normalizes_to", mapping="constructible", style=dashed];
  "sage.category.bialgebras_bialgebras" -> "cat.bialgebras_r" [kind="normalizes_to", mapping="exact", style=dashed];
  "sage.category.bialgebras_with_basis_bialgebraswithbasis" -> "cat.bialgebras_r" [kind="normalizes_to", mapping="constructible", style=dashed];
  "sage.category.bimodules_bimodules" -> "cat.bimodules_r_s" [kind="normalizes_to", mapping="exact", style=dashed];
  "sage.category.chain_complexes_chaincomplexes" -> "cat.chaincomplexes_c" [kind="normalizes_to", mapping="exact", style=dashed];
  "sage.category.classical_crystals_classicalcrystals" -> "cat.crystals" [kind="normalizes_to", mapping="constructible", style=dashed];
  "sage.category.coalgebras_coalgebras" -> "cat.coalgebras_r" [kind="normalizes_to", mapping="exact", style=dashed];
  "sage.category.coalgebras_with_basis_coalgebraswithbasis" -> "cat.coalgebras_r" [kind="normalizes_to", mapping="constructible", style=dashed];
  "sage.category.commutative_additive_groups_commutativeadditivegroups" -> "cat.additive_abelian_groups" [kind="normalizes_to", mapping="exact", style=dashed];
  "sage.category.commutative_additive_monoids_commutativeadditivemonoids" -> "cat.additive_monoids" [kind="normalizes_to", mapping="constructible", style=dashed];
  "sage.category.commutative_additive_semigroups_commutativeadditivesemigroups" -> "cat.additive_semigroups" [kind="normalizes_to", mapping="constructible", style=dashed];
  "sage.category.commutative_algebra_ideals_commutativealgebraideals" -> "cat.algebraideals_a" [kind="normalizes_to", mapping="presentation_alias", style=dashed];
  "sage.category.commutative_algebras_commutativealgebras" -> "cat.commutative_algebras" [kind="normalizes_to", mapping="constructible", style=dashed];
  "sage.category.commutative_ring_ideals_commutativeringideals" -> "cat.ringideals_r" [kind="normalizes_to", mapping="presentation_alias", style=dashed];
  "sage.category.commutative_rings_commutativerings" -> "cat.commutative_rings" [kind="normalizes_to", mapping="constructible", style=dashed];
  "sage.category.complete_discrete_valuation_completediscretevaluationfields" -> "cat.discretevaluationfields" [kind="normalizes_to", mapping="constructible", style=dashed];
  "sage.category.complete_discrete_valuation_completediscretevaluationrings" -> "cat.discretevaluationrings" [kind="normalizes_to", mapping="constructible", style=dashed];
  "sage.category.complex_reflection_groups_complexreflectiongroups" -> "cat.complexreflectiongroups" [kind="normalizes_to", mapping="constructible", style=dashed];
  "sage.category.complex_reflection_or_generalized_coxeter_groups_complexreflectionorgeneralizedcoxetergroups" -> "cat.groupswithsimplereflections" [kind="normalizes_to", mapping="exact", style=dashed];
  "sage.category.coxeter_group_algebras_coxetergroupalgebras" -> "cat.coxetergroupalgebras_r" [kind="normalizes_to", mapping="exact", style=dashed];
  "sage.category.coxeter_groups_coxetergroups" -> "cat.coxetergroups" [kind="normalizes_to", mapping="constructible", style=dashed];
  "sage.category.crystals_crystals" -> "cat.crystals" [kind="normalizes_to", mapping="exact", style=dashed];
  "sage.category.cw_complexes_cwcomplexes" -> "cat.topologicalspaces" [kind="normalizes_to", mapping="constructible", style=dashed];
  "sage.category.dedekind_domains_dedekinddomains" -> "cat.integraldomains" [kind="normalizes_to", mapping="constructible", style=dashed];
  "sage.category.discrete_valuation_discretevaluationfields" -> "cat.discretevaluationfields" [kind="normalizes_to", mapping="constructible", style=dashed];
  "sage.category.discrete_valuation_discretevaluationrings" -> "cat.discretevaluationrings" [kind="normalizes_to", mapping="constructible", style=dashed];
  "sage.category.distributive_magmas_and_additive_magmas_distributivemagmasandadditivemagmas" -> "cat.magmaswithtwooperations" [kind="normalizes_to", mapping="constructible", style=dashed];
  "sage.category.division_rings_divisionrings" -> "cat.division_rings" [kind="normalizes_to", mapping="constructible", style=dashed];
  "sage.category.domains_domains" -> "cat.domains" [kind="normalizes_to", mapping="constructible", style=dashed];
  "sage.category.drinfeld_modules_drinfeldmodules" -> "cat.drinfeldmodules_gamma_f_q_t_k" [kind="normalizes_to", mapping="exact", style=dashed];
  "sage.category.enumerated_sets_enumeratedsets" -> "cat.sets" [kind="normalizes_to", mapping="constructible", style=dashed];
  "sage.category.euclidean_domains_euclideandomains" -> "cat.euclidean_domains" [kind="normalizes_to", mapping="constructible", style=dashed];
  "sage.category.facade_sets_facadesets" -> "val.subobjects_sets" [kind="normalizes_to", mapping="exact", style=dashed];
  "sage.category.fields_fields" -> "cat.fields" [kind="normalizes_to", mapping="constructible", style=dashed];
  "sage.category.filtered_algebras_filteredalgebras" -> "cat.associativeunitalalgebras_r" [kind="normalizes_to", mapping="constructible", style=dashed];
  "sage.category.filtered_algebras_with_basis_filteredalgebraswithbasis" -> "cat.associativeunitalalgebras_r" [kind="normalizes_to", mapping="constructible", style=dashed];
  "sage.category.filtered_hopf_algebras_with_basis_filteredhopfalgebraswithbasis" -> "cat.hopfalgebras_r" [kind="normalizes_to", mapping="constructible", style=dashed];
  "sage.category.filtered_modules_filteredmodules" -> "cat.bimodules_r_r" [kind="normalizes_to", mapping="constructible", style=dashed];
  "sage.category.filtered_modules_with_basis_filteredmoduleswithbasis" -> "cat.bimodules_r_r" [kind="normalizes_to", mapping="constructible", style=dashed];
  "sage.category.finite_complex_reflection_groups_finitecomplexreflectiongroups" -> "cat.complexreflectiongroups" [kind="normalizes_to", mapping="constructible", style=dashed];
  "sage.category.finite_coxeter_groups_finitecoxetergroups" -> "cat.coxetergroups" [kind="normalizes_to", mapping="constructible", style=dashed];
  "sage.category.finite_crystals_finitecrystals" -> "cat.crystals" [kind="normalizes_to", mapping="constructible", style=dashed];
  "sage.category.finite_dimensional_algebras_with_basis_finitedimensionalalgebraswithbasis" -> "cat.associativeunitalalgebras_r" [kind="normalizes_to", mapping="constructible", style=dashed];
  "sage.category.finite_dimensional_graded_lie_algebras_with_basis_finitedimensionalgradedliealgebraswithbasis" -> "cat.liealgebras_r" [kind="normalizes_to", mapping="constructible", style=dashed];
  "sage.category.finite_dimensional_hopf_algebras_with_basis_finitedimensionalhopfalgebraswithbasis" -> "cat.hopfalgebras_r" [kind="normalizes_to", mapping="constructible", style=dashed];
  "sage.category.finite_dimensional_lie_algebras_with_basis_finitedimensionalliealgebraswithbasis" -> "cat.liealgebras_r" [kind="normalizes_to", mapping="constructible", style=dashed];
  "sage.category.finite_dimensional_modules_with_basis_finitedimensionalmoduleswithbasis" -> "cat.bimodules_r_r" [kind="normalizes_to", mapping="constructible", style=dashed];
  "sage.category.finite_dimensional_nilpotent_lie_algebras_with_basis_finitedimensionalnilpotentliealgebraswithbasis" -> "cat.liealgebras_r" [kind="normalizes_to", mapping="constructible", style=dashed];
  "sage.category.finite_dimensional_semisimple_algebras_with_basis_finitedimensionalsemisimplealgebraswithbasis" -> "cat.semisimplealgebras_r" [kind="normalizes_to", mapping="constructible", style=dashed];
  "sage.category.finite_enumerated_sets_finiteenumeratedsets" -> "cat.sets" [kind="normalizes_to", mapping="constructible", style=dashed];
  "sage.category.finite_fields_finitefields" -> "cat.finite_fields" [kind="normalizes_to", mapping="constructible", style=dashed];
  "sage.category.finite_groups_finitegroups" -> "cat.groups" [kind="normalizes_to", mapping="constructible", style=dashed];
  "sage.category.finite_lattice_posets_finitelatticeposets" -> "cat.latticeposets" [kind="normalizes_to", mapping="constructible", style=dashed];
  "sage.category.finite_monoids_finitemonoids" -> "cat.monoids" [kind="normalizes_to", mapping="constructible", style=dashed];
  "sage.category.finite_permutation_groups_finitepermutationgroups" -> "cat.permutationgroups" [kind="normalizes_to", mapping="constructible", style=dashed];
  "sage.category.finite_posets_finiteposets" -> "cat.posets" [kind="normalizes_to", mapping="constructible", style=dashed];
  "sage.category.finite_semigroups_finitesemigroups" -> "cat.semigroups" [kind="normalizes_to", mapping="constructible", style=dashed];
  "sage.category.finite_sets_finitesets" -> "clf.sets.finite.domain" [kind="normalizes_to", mapping="constructible", style=dashed];
  "sage.category.finite_weyl_groups_finiteweylgroups" -> "cat.weylgroups" [kind="normalizes_to", mapping="constructible", style=dashed];
  "sage.category.finitely_generated_lambda_bracket_algebras_finitelygeneratedlambdabracketalgebras" -> "cat.lambdabracketalgebras_r" [kind="normalizes_to", mapping="constructible", style=dashed];
  "sage.category.finitely_generated_lie_conformal_algebras_finitelygeneratedlieconformalalgebras" -> "cat.lieconformalalgebras_r" [kind="normalizes_to", mapping="constructible", style=dashed];
  "sage.category.finitely_generated_magmas_finitelygeneratedmagmas" -> "cat.magmas" [kind="normalizes_to", mapping="constructible", style=dashed];
  "sage.category.finitely_generated_semigroups_finitelygeneratedsemigroups" -> "cat.semigroups" [kind="normalizes_to", mapping="constructible", style=dashed];
  "sage.category.function_fields_functionfields" -> "cat.fields" [kind="normalizes_to", mapping="constructible", style=dashed];
  "sage.category.g_sets_gsets" -> "cat.sets" [kind="normalizes_to", mapping="constructible", style=dashed];
  "sage.category.gcd_domains_gcddomains" -> "cat.gcd_domains" [kind="normalizes_to", mapping="constructible", style=dashed];
  "sage.category.generalized_coxeter_groups_generalizedcoxetergroups" -> "cat.generalizedcoxetergroups" [kind="normalizes_to", mapping="constructible", style=dashed];
  "sage.category.graded_algebras_gradedalgebras" -> "cat.algebras_r.graded" [kind="normalizes_to", mapping="constructible", style=dashed];
  "sage.category.graded_algebras_with_basis_gradedalgebraswithbasis" -> "cat.associativeunitalalgebras_r" [kind="normalizes_to", mapping="constructible", style=dashed];
  "sage.category.graded_coalgebras_gradedcoalgebras" -> "cat.coalgebras_r" [kind="normalizes_to", mapping="constructible", style=dashed];
  "sage.category.graded_coalgebras_with_basis_gradedcoalgebraswithbasis" -> "cat.coalgebras_r" [kind="normalizes_to", mapping="constructible", style=dashed];
  "sage.category.graded_hopf_algebras_with_basis_gradedhopfalgebraswithbasis" -> "cat.hopfalgebras_r" [kind="normalizes_to", mapping="constructible", style=dashed];
  "sage.category.graded_lie_algebras_gradedliealgebras" -> "cat.liealgebras_r" [kind="normalizes_to", mapping="constructible", style=dashed];
  "sage.category.graded_lie_algebras_with_basis_gradedliealgebraswithbasis" -> "cat.liealgebras_r" [kind="normalizes_to", mapping="constructible", style=dashed];
  "sage.category.graded_lie_conformal_algebras_gradedlieconformalalgebras" -> "cat.lieconformalalgebras_r" [kind="normalizes_to", mapping="constructible", style=dashed];
  "sage.category.graded_modules_gradedmodules" -> "cat.bimodules_r_r" [kind="normalizes_to", mapping="constructible", style=dashed];
  "sage.category.graded_modules_with_basis_gradedmoduleswithbasis" -> "cat.bimodules_r_r" [kind="normalizes_to", mapping="constructible", style=dashed];
  "sage.category.graphs_graphs" -> "cat.graphs" [kind="normalizes_to", mapping="exact", style=dashed];
  "sage.category.group_algebras_groupalgebras" -> "cat.groupalgebras_r" [kind="normalizes_to", mapping="exact", style=dashed];
  "sage.category.groupoid_groupoid" -> "cat.groupoidson_g" [kind="normalizes_to", mapping="exact", style=dashed];
  "sage.category.groups_groups" -> "cat.groups" [kind="normalizes_to", mapping="exact", style=dashed];
  "sage.category.h_trivial_semigroups_htrivialsemigroups" -> "cat.semigroups" [kind="normalizes_to", mapping="constructible", style=dashed];
  "sage.category.hecke_modules_heckemodules" -> "cat.modules_r" [kind="normalizes_to", mapping="constructible", style=dashed];
  "sage.category.highest_weight_crystals_highestweightcrystals" -> "cat.crystals" [kind="normalizes_to", mapping="constructible", style=dashed];
  "sage.category.homsets_homsets" -> "cat.homsets_c" [kind="normalizes_to", mapping="exact", style=dashed];
  "sage.category.hopf_algebras_hopfalgebras" -> "cat.hopfalgebras_r" [kind="normalizes_to", mapping="exact", style=dashed];
  "sage.category.hopf_algebras_with_basis_hopfalgebraswithbasis" -> "cat.hopfalgebras_r" [kind="normalizes_to", mapping="constructible", style=dashed];
  "sage.category.infinite_enumerated_sets_infiniteenumeratedsets" -> "cat.sets" [kind="normalizes_to", mapping="constructible", style=dashed];
  "sage.category.integral_domains_integraldomains" -> "cat.integral_domains" [kind="normalizes_to", mapping="constructible", style=dashed];
  "sage.category.j_trivial_semigroups_jtrivialsemigroups" -> "cat.semigroups" [kind="normalizes_to", mapping="constructible", style=dashed];
  "sage.category.kac_moody_algebras_kacmoodyalgebras" -> "cat.kacmoodyalgebras_r" [kind="normalizes_to", mapping="exact", style=dashed];
  "sage.category.kahler_algebras_kahleralgebras" -> "cat.associativeunitalalgebras_r" [kind="normalizes_to", mapping="constructible", style=dashed];
  "sage.category.l_trivial_semigroups_ltrivialsemigroups" -> "cat.semigroups" [kind="normalizes_to", mapping="constructible", style=dashed];
  "sage.category.lambda_bracket_algebras_lambdabracketalgebras" -> "cat.lambdabracketalgebras_r" [kind="normalizes_to", mapping="exact", style=dashed];
  "sage.category.lambda_bracket_algebras_with_basis_lambdabracketalgebraswithbasis" -> "cat.lambdabracketalgebras_r" [kind="normalizes_to", mapping="constructible", style=dashed];
  "sage.category.lattice_posets_distributivelattices" -> "cat.latticeposets" [kind="normalizes_to", mapping="constructible", style=dashed];
  "sage.category.lattice_posets_latticeposets" -> "cat.latticeposets" [kind="normalizes_to", mapping="constructible", style=dashed];
  "sage.category.left_modules_leftmodules" -> "cat.modules_r" [kind="normalizes_to", mapping="presentation_alias", style=dashed];
  "sage.category.lie_algebras_liealgebras" -> "cat.liealgebras_r" [kind="normalizes_to", mapping="exact", style=dashed];
  "sage.category.lie_algebras_with_basis_liealgebraswithbasis" -> "cat.liealgebras_r" [kind="normalizes_to", mapping="constructible", style=dashed];
  "sage.category.lie_conformal_algebras_lieconformalalgebras" -> "cat.lieconformalalgebras_r" [kind="normalizes_to", mapping="exact", style=dashed];
  "sage.category.lie_conformal_algebras_with_basis_lieconformalalgebraswithbasis" -> "cat.lieconformalalgebras_r" [kind="normalizes_to", mapping="constructible", style=dashed];
  "sage.category.lie_groups_liegroups" -> "cat.liegroups" [kind="normalizes_to", mapping="exact", style=dashed];
  "sage.category.loop_crystals_kirillovreshetikhincrystals" -> "cat.loopcrystals" [kind="normalizes_to", mapping="constructible", style=dashed];
  "sage.category.loop_crystals_loopcrystals" -> "cat.loopcrystals" [kind="normalizes_to", mapping="exact", style=dashed];
  "sage.category.loop_crystals_regularloopcrystals" -> "cat.loopcrystals" [kind="normalizes_to", mapping="constructible", style=dashed];
  "sage.category.magmas_magmas" -> "cat.magmas" [kind="normalizes_to", mapping="exact", style=dashed];
  "sage.category.magmas_and_additive_magmas_magmasandadditivemagmas" -> "cat.magmaswithtwooperations" [kind="normalizes_to", mapping="exact", style=dashed];
  "sage.category.magmatic_algebras_magmaticalgebras" -> "cat.algebras_r" [kind="normalizes_to", mapping="exact", style=dashed];
  "sage.category.manifolds_complexmanifolds" -> "cat.manifolds" [kind="normalizes_to", mapping="constructible", style=dashed];
  "sage.category.manifolds_manifolds" -> "cat.manifolds" [kind="normalizes_to", mapping="exact", style=dashed];
  "sage.category.matrix_algebras_matrixalgebras" -> "cat.associativeunitalalgebras_k" [kind="normalizes_to", mapping="constructible", style=dashed];
  "sage.category.metric_spaces_metricspaces" -> "cat.metricspaces" [kind="normalizes_to", mapping="constructible", style=dashed];
  "sage.category.modular_abelian_varieties_modularabelianvarieties" -> "cat.abelianvarieties_k" [kind="normalizes_to", mapping="constructible", style=dashed];
  "sage.category.modules_modules" -> "cat.bimodules_r_r" [kind="normalizes_to", mapping="exact", style=dashed];
  "sage.category.modules_with_basis_moduleswithbasis" -> "cat.modules_with_basis" [kind="normalizes_to", mapping="constructible", style=dashed];
  "sage.category.monoids_monoids" -> "cat.monoids" [kind="normalizes_to", mapping="exact", style=dashed];
  "sage.category.noetherian_rings_noetherianrings" -> "cat.commutativerings" [kind="normalizes_to", mapping="constructible", style=dashed];
  "sage.category.number_fields_numberfields" -> "cat.fields" [kind="normalizes_to", mapping="constructible", style=dashed];
  "sage.category.objects_objects" -> "val.coslices_cat_1" [kind="normalizes_to", mapping="exact", style=dashed];
  "sage.category.ore_modules_oremodules" -> "cat.modules_r" [kind="normalizes_to", mapping="constructible", style=dashed];
  "sage.category.partially_ordered_monoids_partiallyorderedmonoids" -> "cat.monoids" [kind="normalizes_to", mapping="constructible", style=dashed];
  "sage.category.permutation_groups_permutationgroups" -> "cat.permutationgroups" [kind="normalizes_to", mapping="constructible", style=dashed];
  "sage.category.pointed_sets_pointedsets" -> "cat.sets" [kind="normalizes_to", mapping="constructible", style=dashed];
  "sage.category.polyhedra_polyhedralsets" -> "cat.polyhedra_r" [kind="normalizes_to", mapping="exact", style=dashed];
  "sage.category.posets_posets" -> "cat.posets" [kind="normalizes_to", mapping="exact", style=dashed];
  "sage.category.principal_ideal_domains_principalidealdomains" -> "cat.pids" [kind="normalizes_to", mapping="constructible", style=dashed];
  "sage.category.quantum_group_representations_quantumgrouprepresentations" -> "cat.modules_r" [kind="normalizes_to", mapping="constructible", style=dashed];
  "sage.category.quotient_fields_quotientfields" -> "cat.fields" [kind="normalizes_to", mapping="constructible", style=dashed];
  "sage.category.r_trivial_semigroups_rtrivialsemigroups" -> "cat.semigroups" [kind="normalizes_to", mapping="constructible", style=dashed];
  "sage.category.regular_crystals_regularcrystals" -> "cat.crystals" [kind="normalizes_to", mapping="constructible", style=dashed];
  "sage.category.regular_supercrystals_regularsupercrystals" -> "cat.supercrystals" [kind="normalizes_to", mapping="constructible", style=dashed];
  "sage.category.right_modules_rightmodules" -> "cat.right_modules_r" [kind="normalizes_to", mapping="exact", style=dashed];
  "sage.category.ring_ideals_ringideals" -> "cat.ringideals_r" [kind="normalizes_to", mapping="exact", style=dashed];
  "sage.category.rings_rings" -> "cat.rings" [kind="normalizes_to", mapping="exact", style=dashed];
  "sage.category.rngs_rngs" -> "cat.rngs" [kind="normalizes_to", mapping="exact", style=dashed];
  "sage.category.schemes_jacobians" -> "cat.abelianvarieties_k" [kind="normalizes_to", mapping="constructible", style=dashed];
  "sage.category.schemes_schemes" -> "cat.schemes_s" [kind="normalizes_to", mapping="exact", style=dashed];
  "sage.category.semigroups_semigroups" -> "cat.semigroups" [kind="normalizes_to", mapping="exact", style=dashed];
  "sage.category.semirings_semirings" -> "cat.semirings" [kind="normalizes_to", mapping="exact", style=dashed];
  "sage.category.semisimple_algebras_semisimplealgebras" -> "cat.semisimplealgebras_r" [kind="normalizes_to", mapping="constructible", style=dashed];
  "sage.category.sets_cat_sets" -> "cat.sets" [kind="normalizes_to", mapping="exact", style=dashed];
  "sage.category.sets_with_grading_setswithgrading" -> "clf.sets.graded.domain" [kind="normalizes_to", mapping="constructible", style=dashed];
  "sage.category.sets_with_partial_maps_setswithpartialmaps" -> "cat.setswithpartialmaps" [kind="normalizes_to", mapping="exact", style=dashed];
  "sage.category.shephard_groups_shephardgroups" -> "cat.generalizedcoxetergroups" [kind="normalizes_to", mapping="constructible", style=dashed];
  "sage.category.simplicial_complexes_simplicialcomplexes" -> "cat.simplicialcomplexes" [kind="normalizes_to", mapping="exact", style=dashed];
  "sage.category.simplicial_sets_simplicialsets" -> "cat.simplicialsets" [kind="normalizes_to", mapping="exact", style=dashed];
  "sage.category.super_algebras_superalgebras" -> "cat.associativeunitalalgebras_r" [kind="normalizes_to", mapping="constructible", style=dashed];
  "sage.category.super_algebras_with_basis_superalgebraswithbasis" -> "cat.associativeunitalalgebras_r" [kind="normalizes_to", mapping="constructible", style=dashed];
  "sage.category.super_hopf_algebras_with_basis_superhopfalgebraswithbasis" -> "cat.hopfalgebras_r" [kind="normalizes_to", mapping="constructible", style=dashed];
  "sage.category.super_lie_conformal_algebras_superlieconformalalgebras" -> "cat.lieconformalalgebras_r" [kind="normalizes_to", mapping="constructible", style=dashed];
  "sage.category.super_modules_supermodules" -> "cat.bimodules_r_r" [kind="normalizes_to", mapping="constructible", style=dashed];
  "sage.category.super_modules_with_basis_supermoduleswithbasis" -> "cat.bimodules_r_r" [kind="normalizes_to", mapping="constructible", style=dashed];
  "sage.category.supercommutative_algebras_supercommutativealgebras" -> "cat.superalgebras_r" [kind="normalizes_to", mapping="constructible", style=dashed];
  "sage.category.supercrystals_supercrystals" -> "cat.supercrystals" [kind="normalizes_to", mapping="constructible", style=dashed];
  "sage.category.topological_spaces_topologicalspaces" -> "cat.topologicalspaces" [kind="normalizes_to", mapping="exact", style=dashed];
  "sage.category.triangular_kac_moody_algebras_triangularkacmoodyalgebras" -> "cat.kacmoodyalgebras_r" [kind="normalizes_to", mapping="constructible", style=dashed];
  "sage.category.unique_factorization_domains_uniquefactorizationdomains" -> "cat.ufds" [kind="normalizes_to", mapping="constructible", style=dashed];
  "sage.category.unital_algebras_unitalalgebras" -> "cat.algebras_r" [kind="normalizes_to", mapping="constructible", style=dashed];
  "sage.category.vector_bundles_vectorbundles" -> "cat.vectorbundles_x_r" [kind="normalizes_to", mapping="exact", style=dashed];
  "sage.category.vector_spaces_vectorspaces" -> "cat.bimodules_k_k" [kind="normalizes_to", mapping="exact", style=dashed];
  "sage.category.weyl_groups_weylgroups" -> "cat.weylgroups" [kind="normalizes_to", mapping="constructible", style=dashed];
  "sage.category.with_axiom.vectorspaces.withbasis" -> "cat.bimodules_k_k" [kind="normalizes_to", mapping="constructible", style=dashed];
  "sage.category.with_axiom.unitalalgebras.withbasis" -> "cat.unital_algebras" [kind="normalizes_to", mapping="constructible", style=dashed];
  "sage.category.with_axiom.additivemagmas.additivecommutative" -> "cat.magmas" [kind="normalizes_to", mapping="constructible", style=dashed];
  "sage.category.with_axiom.monoids.commutative" -> "cat.monoids" [kind="normalizes_to", mapping="constructible", style=dashed];
+   "sage.category.with_axiom.magmaticalgebras.withbasis.finitedimensional" -> "cat.algebras_r" [kind="normalizes_to", mapping="constructible", style=dashed];
+   "sage.category.with_axiom.vectorspaces.finitedimensional" -> "cat.bimodules_k_k" [kind="normalizes_to", mapping="constructible", style=dashed];
+   "sage.category.with_axiom.vectorspaces.withbasis.finitedimensional" -> "cat.bimodules_k_k" [kind="normalizes_to", mapping="constructible", style=dashed];
  "sage.category.with_axiom.commutativerings.finite" -> "cat.commutative_rings" [kind="normalizes_to", mapping="constructible", style=dashed];
+   "sage.category.with_axiom.finitelygeneratedsemigroups.finite" -> "cat.semigroups" [kind="normalizes_to", mapping="constructible", style=dashed];
  "sage.category.with_axiom.posets.bounded" -> "cat.posets" [kind="normalizes_to", mapping="constructible", style=dashed];
  "sage.category.with_axiom.vectorspaces.graded" -> "cat.bimodules_k_k" [kind="normalizes_to", mapping="constructible", style=dashed];
  "sage.category.with_axiom.vectorspaces.withbasis.graded" -> "cat.bimodules_k_k" [kind="normalizes_to", mapping="constructible", style=dashed];
  "sage.category.with_axiom.coalgebras.filtered" -> "cat.coalgebras_r" [kind="normalizes_to", mapping="constructible", style=dashed];
+   "sage.category.with_axiom.coalgebraswithbasis.filtered" -> "cat.coalgebras_r" [kind="normalizes_to", mapping="constructible", style=dashed];
  "sage.category.with_axiom.vectorspaces.filtered" -> "cat.bimodules_k_k" [kind="normalizes_to", mapping="constructible", style=dashed];
  "sage.category.with_axiom.vectorspaces.withbasis.filtered" -> "cat.bimodules_k_k" [kind="normalizes_to", mapping="constructible", style=dashed];
  "sage.category.with_axiom.magmas.unital.inverse" -> "cat.magmas" [kind="normalizes_to", mapping="constructible", style=dashed];
  "sage.category.with_axiom.sets.infinite" -> "cat.sets" [kind="normalizes_to", mapping="constructible", style=dashed];
  "sage.category.with_axiom.magmas.unital" -> "cat.magmas" [kind="normalizes_to", mapping="constructible", style=dashed];
}
